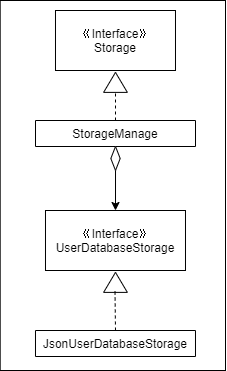
The draw.io diagram images/AdditionalStorage.png in AY1920S2-CS2103-T09-4/main, before a commit. Source tidied: cells renumbered, new cells last; positions are measured from the earlier drawing's top-left corner, leaving out a move shared by most shapes. The source it was exported from:
```xml
<mxGraphModel>
  <root>
    <mxCell id="0" />
    <mxCell id="1" parent="0" />
    <mxCell id="2" style="rounded=0;whiteSpace=wrap;html=1;" parent="1" vertex="1">
      <mxGeometry x="-0.3" width="225.3" height="370" as="geometry" />
    </mxCell>
    <mxCell id="3" value="StorageManage" style="swimlane;fontStyle=0;align=center;verticalAlign=top;horizontal=1;startSize=26;rounded=0;shadow=0;strokeWidth=1;" parent="1" vertex="1" collapsed="1">
      <mxGeometry x="35" y="120" width="160" height="26" as="geometry" />
    </mxCell>
    <mxCell id="4" style="endArrow=none;dashed=1;html=1;exitX=0.5;exitY=0;exitDx=0;exitDy=0;" parent="1" edge="1" source="3">
      <mxGeometry relative="1" as="geometry">
        <mxPoint x="115" y="90" as="targetPoint" />
      </mxGeometry>
    </mxCell>
    <mxCell id="5" style="triangle;whiteSpace=wrap;html=1;rotation=-90;" parent="1" vertex="1">
      <mxGeometry x="105" y="70" width="20" height="23.8" as="geometry" />
    </mxCell>
    <mxCell id="6" value="《Interface》&lt;br&gt;Storage" style="rounded=0;whiteSpace=wrap;html=1;" parent="1" vertex="1">
      <mxGeometry x="55" y="10" width="120" height="60" as="geometry" />
    </mxCell>
    <mxCell id="7" style="rhombus;whiteSpace=wrap;html=1;" parent="1" vertex="1">
      <mxGeometry x="110.3" y="146" width="9.4" height="24" as="geometry" />
    </mxCell>
    <mxCell id="8" style="endArrow=classic;html=1;exitX=0.5;exitY=1;exitDx=0;exitDy=0;" parent="1" edge="1" source="7">
      <mxGeometry relative="1" as="geometry">
        <mxPoint x="115" y="210" as="targetPoint" />
      </mxGeometry>
    </mxCell>
    <mxCell id="9" value="《Interface》&lt;br&gt;UserDatabaseStorage" style="rounded=0;whiteSpace=wrap;html=1;" parent="1" vertex="1">
      <mxGeometry x="45" y="210" width="140" height="60" as="geometry" />
    </mxCell>
    <mxCell id="10" style="triangle;whiteSpace=wrap;html=1;rotation=-90;" parent="1" vertex="1">
      <mxGeometry x="105" y="270" width="20" height="23.8" as="geometry" />
    </mxCell>
    <mxCell id="11" style="endArrow=none;dashed=1;html=1;" parent="1" edge="1">
      <mxGeometry relative="1" as="geometry">
        <mxPoint x="115" y="330" as="sourcePoint" />
        <mxPoint x="114.5" y="290" as="targetPoint" />
      </mxGeometry>
    </mxCell>
    <mxCell id="12" value="JsonUserDatabaseStorage" style="swimlane;fontStyle=0;align=center;verticalAlign=top;horizontal=1;startSize=26;rounded=0;shadow=0;strokeWidth=1;" parent="1" vertex="1" collapsed="1">
      <mxGeometry x="35" y="330" width="160" height="26" as="geometry" />
    </mxCell>
  </root>
</mxGraphModel>
```
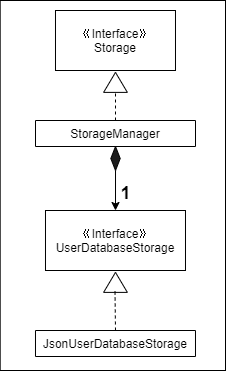
After the change.

What changed in the source:
```diff
@@ -5,7 +5,7 @@
     <mxCell id="2" style="rounded=0;whiteSpace=wrap;html=1;" parent="1" vertex="1">
       <mxGeometry x="-0.3" width="225.3" height="370" as="geometry" />
     </mxCell>
-    <mxCell id="3" value="StorageManage" style="swimlane;fontStyle=0;align=center;verticalAlign=top;horizontal=1;startSize=26;rounded=0;shadow=0;strokeWidth=1;" parent="1" vertex="1" collapsed="1">
+    <mxCell id="3" value="StorageManager" style="swimlane;fontStyle=0;align=center;verticalAlign=top;horizontal=1;startSize=26;rounded=0;shadow=0;strokeWidth=1;" parent="1" vertex="1" collapsed="1">
       <mxGeometry x="35" y="120" width="160" height="26" as="geometry" />
     </mxCell>
     <mxCell id="4" style="endArrow=none;dashed=1;html=1;exitX=0.5;exitY=0;exitDx=0;exitDy=0;" parent="1" edge="1" source="3">
@@ -19,7 +19,7 @@
     <mxCell id="6" value="《Interface》&lt;br&gt;Storage" style="rounded=0;whiteSpace=wrap;html=1;" parent="1" vertex="1">
       <mxGeometry x="55" y="10" width="120" height="60" as="geometry" />
     </mxCell>
-    <mxCell id="7" style="rhombus;whiteSpace=wrap;html=1;" parent="1" vertex="1">
+    <mxCell id="7" style="rhombus;whiteSpace=wrap;html=1;fillColor=#1C1C1C;" parent="1" vertex="1">
       <mxGeometry x="110.3" y="146" width="9.4" height="24" as="geometry" />
     </mxCell>
     <mxCell id="8" style="endArrow=classic;html=1;exitX=0.5;exitY=1;exitDx=0;exitDy=0;" parent="1" edge="1" source="7">
@@ -42,5 +42,8 @@
     <mxCell id="12" value="JsonUserDatabaseStorage" style="swimlane;fontStyle=0;align=center;verticalAlign=top;horizontal=1;startSize=26;rounded=0;shadow=0;strokeWidth=1;" parent="1" vertex="1" collapsed="1">
       <mxGeometry x="35" y="330" width="160" height="26" as="geometry" />
     </mxCell>
+    <mxCell id="13" value="&lt;font style=&quot;font-size: 18px&quot;&gt;1&lt;/font&gt;" style="text;strokeColor=none;fillColor=none;html=1;fontSize=24;fontStyle=1;verticalAlign=middle;align=center;" parent="1" vertex="1">
+      <mxGeometry x="75" y="170" width="100" height="40" as="geometry" />
+    </mxCell>
   </root>
 </mxGraphModel>
```
